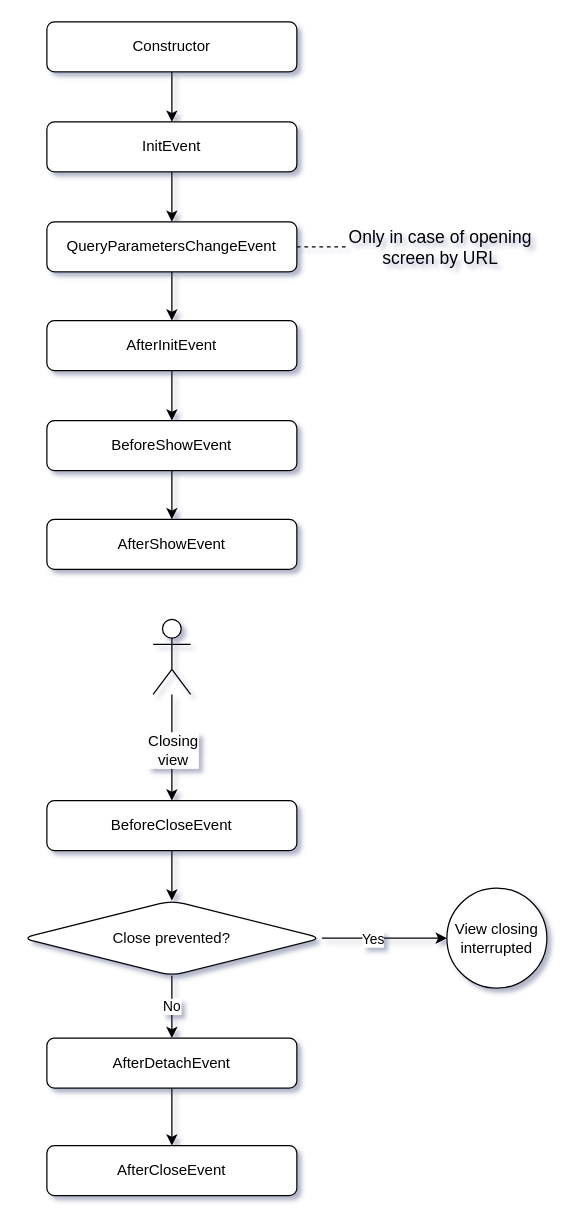
Earlier version of the draw.io diagram page "open" (1 of 2) of content/modules/ui/images_src/standard-screen-lifecycle.drawio (jmix-framework/jmix-docs). Source tidied: cells renumbered, new cells numbered last; positions are measured from the earlier drawing's top-left corner, leaving out a move shared by most shapes. Both pictures are drawn from the tidied source at 125%, with x=0, y=0 at pixel (21, 21).
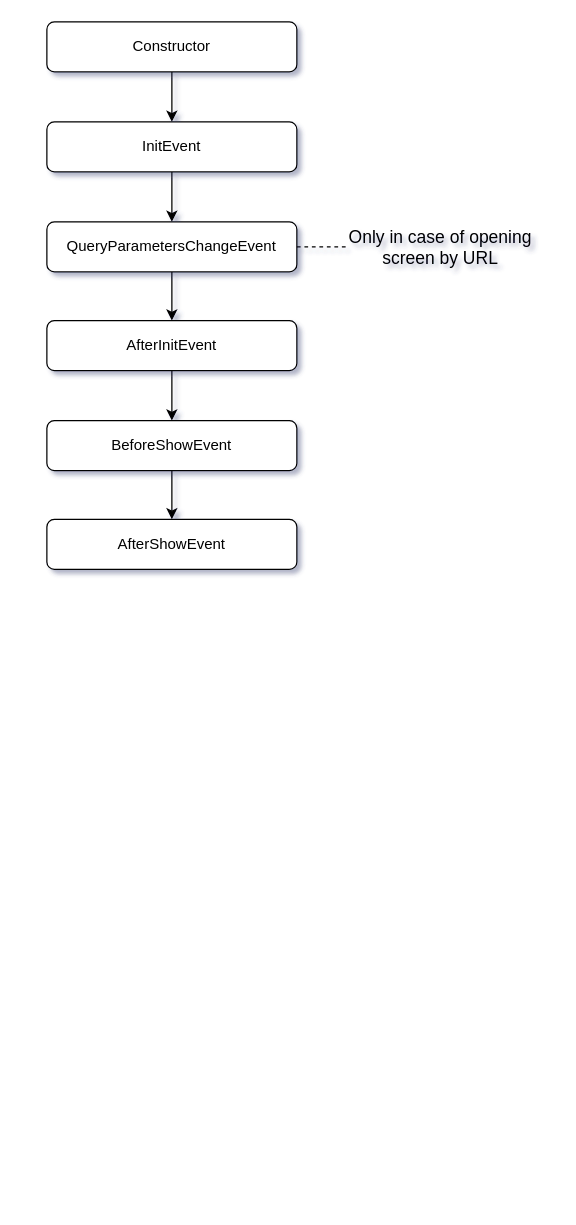
The same diagram, later.

Commit message (it also covers changes not shown here):
Split diagrams and move to the end #819

Diff of the diagram source:
```diff
@@
-    <mxCell id="11" style="edgeStyle=orthogonalEdgeStyle;rounded=0;jettySize=auto;html=1;entryX=0.5;entryY=0;entryDx=0;entryDy=0;" parent="1" edge="1" source="13" target="15">
-      <mxGeometry relative="1" as="geometry" />
-    </mxCell>
-    <mxCell id="12" value="&lt;span style=&quot;font-size: 12px; text-wrap: wrap; background-color: rgb(251, 251, 251);&quot;&gt;Closing view&lt;/span&gt;" style="edgeLabel;html=1;align=center;verticalAlign=middle;" parent="11" vertex="1">
-      <mxGeometry x="-0.16" y="2" relative="1" as="geometry">
-        <mxPoint x="-2" y="8" as="offset" />
-      </mxGeometry>
-    </mxCell>
-    <mxCell id="13" style="shape=umlActor;verticalLabelPosition=bottom;verticalAlign=top;html=1;outlineConnect=0;" parent="1" vertex="1">
-      <mxGeometry x="105" y="478" width="30" height="60" as="geometry" />
-    </mxCell>
-    <mxCell id="14" style="edgeStyle=orthogonalEdgeStyle;rounded=0;jettySize=auto;html=1;entryX=0.5;entryY=0;entryDx=0;entryDy=0;" parent="1" edge="1" source="15" target="21">
-      <mxGeometry relative="1" as="geometry" />
-    </mxCell>
-    <mxCell id="15" value="BeforeCloseEvent" style="whiteSpace=wrap;html=1;rounded=1;" parent="1" vertex="1">
-      <mxGeometry x="20" y="623" width="200" height="40" as="geometry" />
-    </mxCell>
-    <mxCell id="16" style="edgeStyle=orthogonalEdgeStyle;rounded=0;jettySize=auto;html=1;entryX=0.5;entryY=0;entryDx=0;entryDy=0;" parent="1" edge="1" source="17" target="27">
-      <mxGeometry relative="1" as="geometry" />
-    </mxCell>
-    <mxCell id="17" value="AfterDetachEvent" style="whiteSpace=wrap;html=1;rounded=1;" parent="1" vertex="1">
-      <mxGeometry x="20" y="813" width="200" height="40" as="geometry" />
-    </mxCell>
-    <mxCell id="18" value="No" style="edgeStyle=orthogonalEdgeStyle;rounded=0;jettySize=auto;html=1;entryX=0.5;entryY=0;entryDx=0;entryDy=0;" parent="1" edge="1" source="21" target="17">
-      <mxGeometry relative="1" as="geometry" />
-    </mxCell>
-    <mxCell id="19" style="edgeStyle=orthogonalEdgeStyle;rounded=0;jettySize=auto;html=1;entryX=0;entryY=0.5;entryDx=0;entryDy=0;" parent="1" edge="1" source="21" target="22">
-      <mxGeometry relative="1" as="geometry" />
-    </mxCell>
-    <mxCell id="20" value="Yes" style="edgeLabel;html=1;align=center;verticalAlign=middle;" parent="19" vertex="1">
-      <mxGeometry x="-0.02" y="-1" relative="1" as="geometry">
-        <mxPoint x="-9" y="-1" as="offset" />
-      </mxGeometry>
-    </mxCell>
-    <mxCell id="21" value="&lt;div style=&quot;background-color:#ffffff;color:#080808&quot;&gt;&lt;pre style=&quot;&quot;&gt;&lt;font style=&quot;font-size: 12px;&quot; face=&quot;Helvetica&quot;&gt;Close prevented?&lt;/font&gt;&lt;/pre&gt;&lt;/div&gt;" style="rhombus;whiteSpace=wrap;html=1;rounded=1;" parent="1" vertex="1">
-      <mxGeometry y="703" width="240" height="60" as="geometry" />
-    </mxCell>
-    <mxCell id="22" value="View closing interrupted" style="ellipse;whiteSpace=wrap;html=1;rounded=1;" parent="1" vertex="1">
-      <mxGeometry x="340" y="693" width="80" height="80" as="geometry" />
-    </mxCell>
@@
-    <mxCell id="27" value="AfterCloseEvent" style="whiteSpace=wrap;html=1;rounded=1;" parent="1" vertex="1">
-      <mxGeometry x="20" y="899" width="200" height="40" as="geometry" />
-    </mxCell>
```
